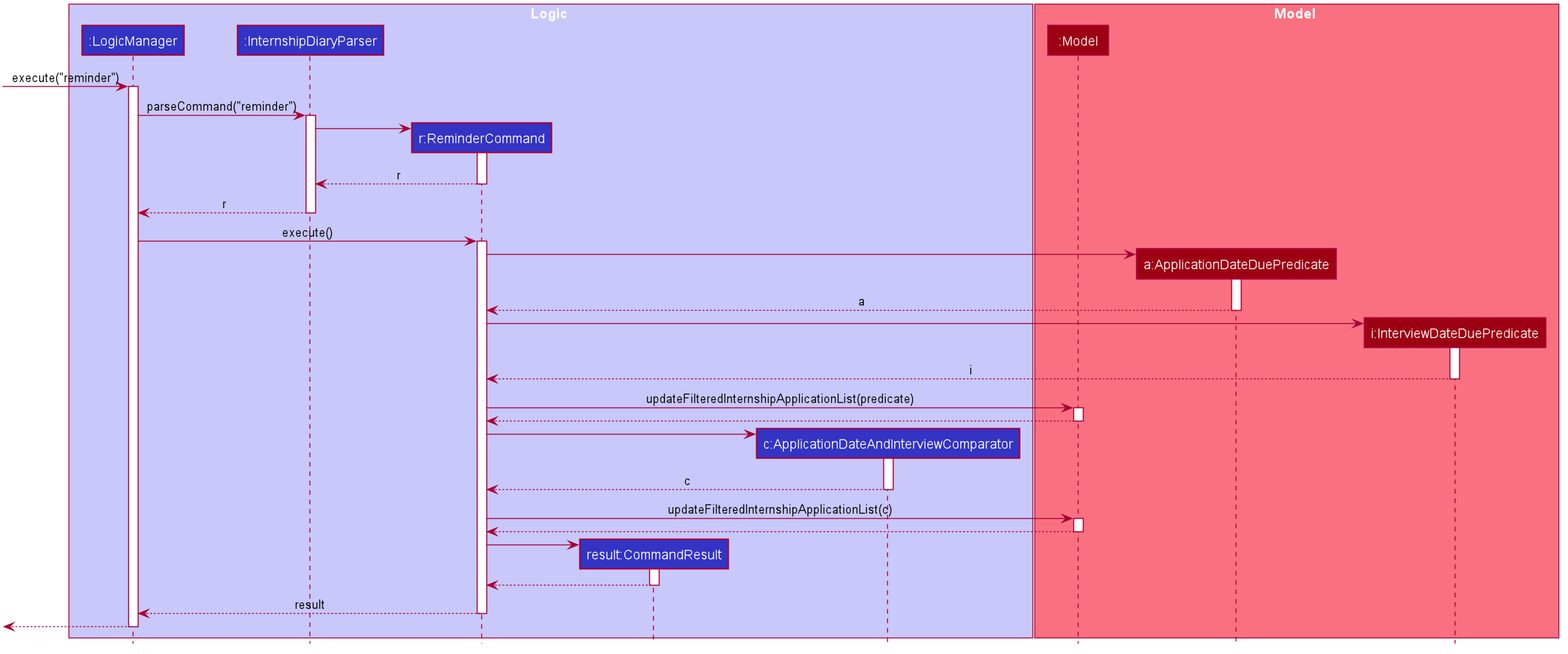
Before: images/ReminderSequenceDiagram.png, a diagram exported from PlantUML (AY1920S2-CS2103T-F10-2/main). The source it was exported from:
```plantuml
@startuml








skinparam BackgroundColor #FFFFFFF

skinparam Shadowing false

skinparam Class {
    FontColor #FFFFFF
    BorderThickness 1
    BorderColor #FFFFFF
    StereotypeFontColor #FFFFFF
    FontName Arial
}

skinparam Actor {
    BorderColor #000000
    Color #000000
    FontName Arial
}

skinparam Sequence {
    MessageAlign center
    BoxFontSize 15
    BoxPadding 0
    BoxFontColor #FFFFFF
    FontName Arial
}

skinparam Participant {
    FontColor #FFFFFFF
    Padding 20
}

skinparam MinClassWidth 50
skinparam ParticipantPadding 10
skinparam Shadowing false
skinparam DefaultTextAlignment center
skinparam packageStyle Rectangle

hide footbox
hide members
hide circle

box Logic #C8C8FA
participant ":LogicManager" as LogicManager #3333C4
participant ":InternshipDiaryParser" as InternshipDiaryParser #3333C4
participant "r:ReminderCommand" as ReminderCommand #3333C4
participant "result:CommandResult" as CommandResult #3333C4
participant "c:ApplicationDateAndInterviewComparator" as ApplicationDateAndInterviewComparator #3333C4
end box

box Model #F97181
participant ":Model" as Model #9D0012
participant "a:ApplicationDateDuePredicate" as ApplicationDateDuePredicate #9D0012
participant "i:InterviewDateDuePredicate" as InterviewDateDuePredicate #9D0012
end box

[-> LogicManager : execute("reminder")
activate LogicManager

LogicManager -> InternshipDiaryParser : parseCommand("reminder")
activate InternshipDiaryParser

create ReminderCommand
InternshipDiaryParser -> ReminderCommand
activate ReminderCommand

ReminderCommand --> InternshipDiaryParser : r
deactivate ReminderCommand

InternshipDiaryParser --> LogicManager : r
deactivate InternshipDiaryParser

LogicManager -> ReminderCommand : execute()
activate ReminderCommand

create ApplicationDateDuePredicate
ReminderCommand -> ApplicationDateDuePredicate
activate ApplicationDateDuePredicate

ApplicationDateDuePredicate --> ReminderCommand : a
deactivate ApplicationDateDuePredicate

create InterviewDateDuePredicate
ReminderCommand -> InterviewDateDuePredicate
activate InterviewDateDuePredicate

InterviewDateDuePredicate --> ReminderCommand : i
deactivate InterviewDateDuePredicate

ReminderCommand -> Model : updateFilteredInternshipApplicationList(predicate)
activate Model

Model --> ReminderCommand
deactivate Model

create ApplicationDateAndInterviewComparator
ReminderCommand -> ApplicationDateAndInterviewComparator
activate ApplicationDateAndInterviewComparator

ApplicationDateAndInterviewComparator --> ReminderCommand : c
deactivate ApplicationDateAndInterviewComparator

ReminderCommand -> Model : updateFilteredInternshipApplicationList(c)
activate Model

Model --> ReminderCommand
deactivate Model

create CommandResult
ReminderCommand -> CommandResult
activate CommandResult

CommandResult --> ReminderCommand
deactivate CommandResult

ReminderCommand --> LogicManager : result
deactivate ReminderCommand

[<--LogicManager
deactivate LogicManager
@enduml
```
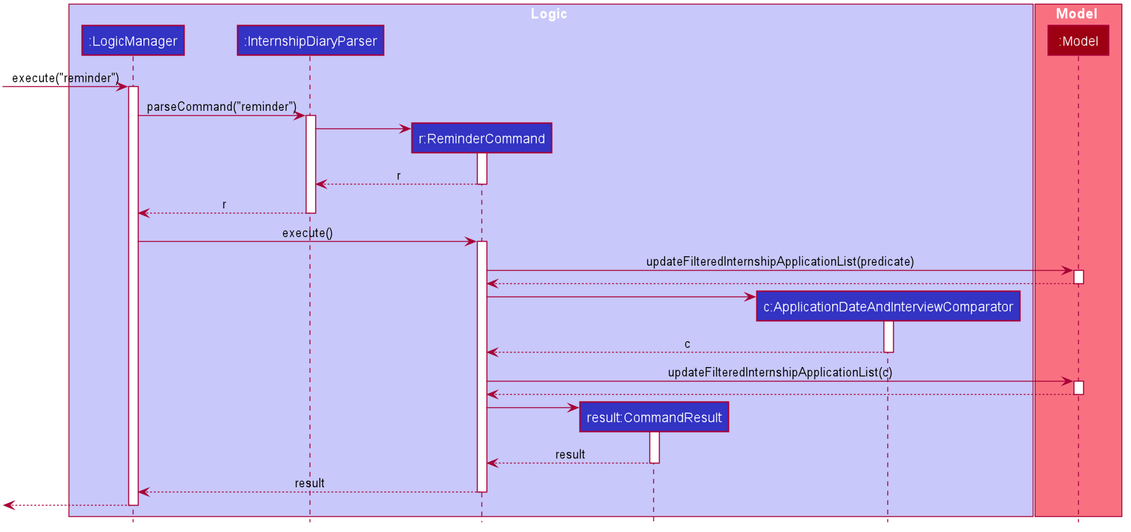
The same diagram one commit later.

The edit, as a diff of the source:
```diff
@@ -58,8 +58,6 @@
 
 box Model #F97181
 participant ":Model" as Model #9D0012
-participant "a:ApplicationDateDuePredicate" as ApplicationDateDuePredicate #9D0012
-participant "i:InterviewDateDuePredicate" as InterviewDateDuePredicate #9D0012
 end box
 
 [-> LogicManager : execute("reminder")
@@ -80,20 +78,6 @@
 
 LogicManager -> ReminderCommand : execute()
 activate ReminderCommand
-
-create ApplicationDateDuePredicate
-ReminderCommand -> ApplicationDateDuePredicate
-activate ApplicationDateDuePredicate
-
-ApplicationDateDuePredicate --> ReminderCommand : a
-deactivate ApplicationDateDuePredicate
-
-create InterviewDateDuePredicate
-ReminderCommand -> InterviewDateDuePredicate
-activate InterviewDateDuePredicate
-
-InterviewDateDuePredicate --> ReminderCommand : i
-deactivate InterviewDateDuePredicate
 
 ReminderCommand -> Model : updateFilteredInternshipApplicationList(predicate)
 activate Model
@@ -118,7 +102,7 @@
 ReminderCommand -> CommandResult
 activate CommandResult
 
-CommandResult --> ReminderCommand
+CommandResult --> ReminderCommand : result
 deactivate CommandResult
 
 ReminderCommand --> LogicManager : result
```
